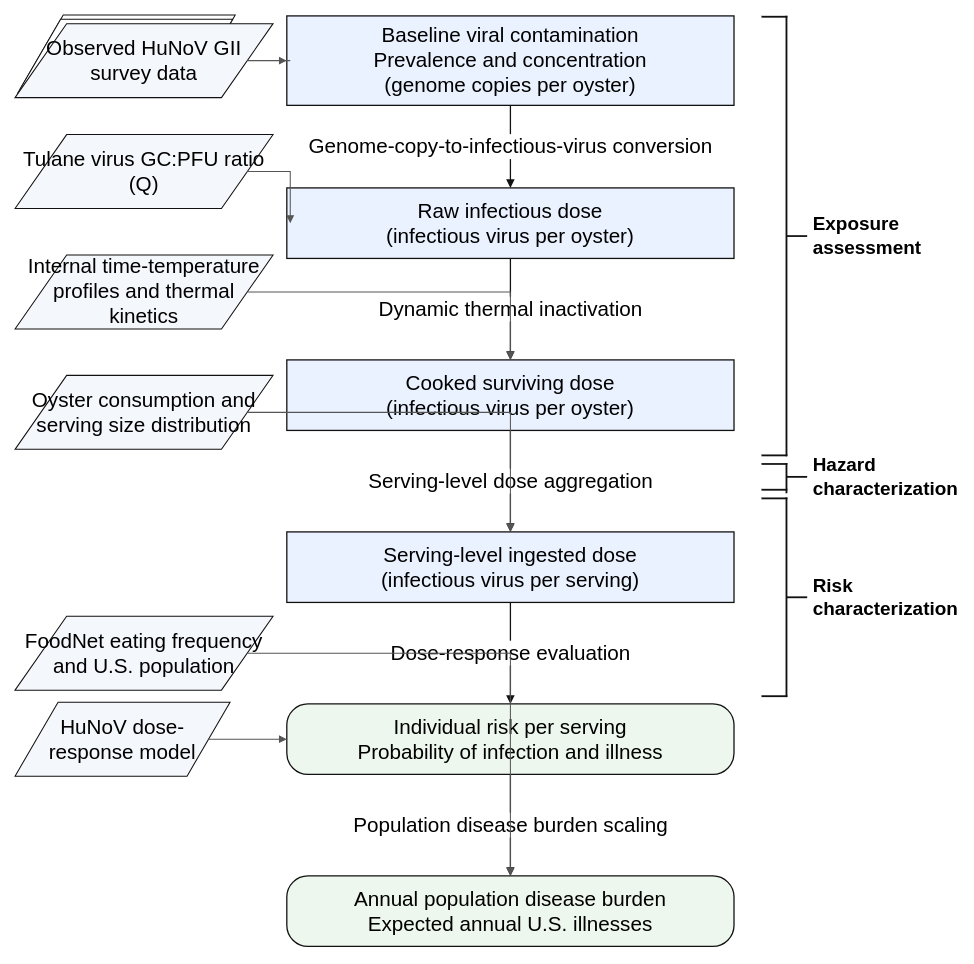
This is figures/figure1_oyster_qmra_workflow.drawio from Weifanwu66/oyster-norovirus-qmra, a draw.io file, before an edit. Source tidied: cells renumbered, new cells numbered last; positions are measured from the earlier drawing's top-left corner, leaving out a move shared by most shapes. Both pictures are drawn from the tidied source at 86%, with x=0, y=0 at pixel (15, 15).
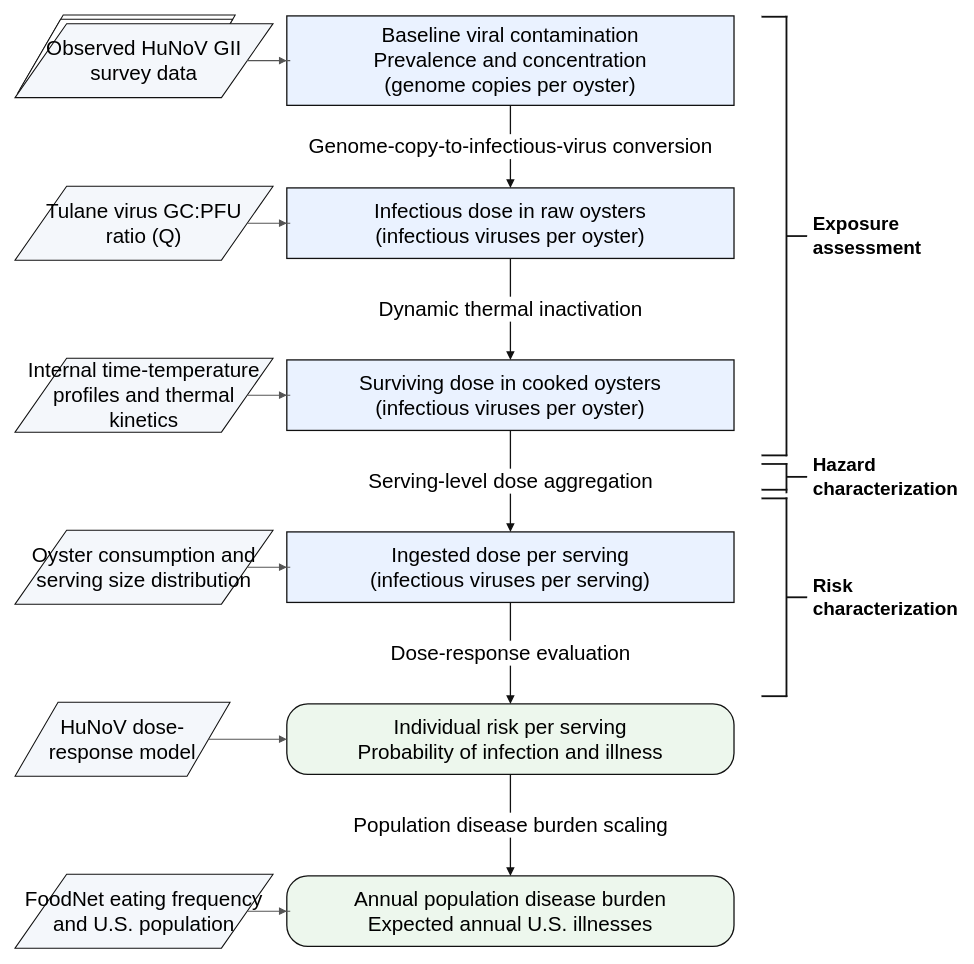
The same diagram, later.

Commit message (it also covers changes not shown here):
Refine Figure 1 layout

Diff of the diagram source:
```diff
@@
-    <mxCell id="3" value="Raw infectious dose&#10;(infectious virus per oyster)" style="rounded=0;whiteSpace=wrap;html=1;align=center;verticalAlign=middle;fontFamily=Arial;fontSize=24;fillColor=#EAF2FF;strokeColor=#111111;strokeWidth=1.5;spacing=8;" parent="1" vertex="1">
+    <mxCell id="3" value="Infectious dose in raw oysters&#10;(infectious viruses per oyster)" style="rounded=0;whiteSpace=wrap;html=1;align=center;verticalAlign=middle;fontFamily=Arial;fontSize=24;fillColor=#EAF2FF;strokeColor=#111111;strokeWidth=1.5;spacing=8;" parent="1" vertex="1">
       <mxGeometry x="316" y="201" width="520" height="82" as="geometry" />
     </mxCell>
-    <mxCell id="4" value="Cooked surviving dose&#10;(infectious virus per oyster)" style="rounded=0;whiteSpace=wrap;html=1;align=center;verticalAlign=middle;fontFamily=Arial;fontSize=24;fillColor=#EAF2FF;strokeColor=#111111;strokeWidth=1.5;spacing=8;" parent="1" vertex="1">
+    <mxCell id="4" value="Surviving dose in cooked oysters&#10;(infectious viruses per oyster)" style="rounded=0;whiteSpace=wrap;html=1;align=center;verticalAlign=middle;fontFamily=Arial;fontSize=24;fillColor=#EAF2FF;strokeColor=#111111;strokeWidth=1.5;spacing=8;" parent="1" vertex="1">
       <mxGeometry x="316" y="401" width="520" height="82" as="geometry" />
     </mxCell>
-    <mxCell id="5" value="Serving-level ingested dose&#10;(infectious virus per serving)" style="rounded=0;whiteSpace=wrap;html=1;align=center;verticalAlign=middle;fontFamily=Arial;fontSize=24;fillColor=#EAF2FF;strokeColor=#111111;strokeWidth=1.5;spacing=8;" parent="1" vertex="1">
+    <mxCell id="5" value="Ingested dose per serving&#10;(infectious viruses per serving)" style="rounded=0;whiteSpace=wrap;html=1;align=center;verticalAlign=middle;fontFamily=Arial;fontSize=24;fillColor=#EAF2FF;strokeColor=#111111;strokeWidth=1.5;spacing=8;" parent="1" vertex="1">
       <mxGeometry x="316" y="601" width="520" height="82" as="geometry" />
     </mxCell>
@@
-    <mxCell id="11" value="Tulane virus GC:PFU ratio (Q)" style="shape=parallelogram;perimeter=parallelogramPerimeter;whiteSpace=wrap;html=1;align=center;verticalAlign=middle;fontFamily=Arial;fontSize=24;fillColor=#F4F7FB;strokeColor=#111111;strokeWidth=1.2;spacing=7;" parent="1" vertex="1">
-      <mxGeometry y="139" width="300" height="86" as="geometry" />
+    <mxCell id="11" value="Tulane virus GC:PFU&#10;ratio (Q)" style="shape=parallelogram;perimeter=parallelogramPerimeter;whiteSpace=wrap;html=1;align=center;verticalAlign=middle;fontFamily=Arial;fontSize=24;fillColor=#F4F7FB;strokeColor=#111111;strokeWidth=1.2;spacing=7;" parent="1" vertex="1">
+      <mxGeometry y="199" width="300" height="86" as="geometry" />
     </mxCell>
     <mxCell id="12" value="Internal time-temperature&#10;profiles and thermal kinetics" style="shape=parallelogram;perimeter=parallelogramPerimeter;whiteSpace=wrap;html=1;align=center;verticalAlign=middle;fontFamily=Arial;fontSize=24;fillColor=#F4F7FB;strokeColor=#111111;strokeWidth=1.2;spacing=7;" parent="1" vertex="1">
-      <mxGeometry y="279" width="300" height="86" as="geometry" />
+      <mxGeometry y="399" width="300" height="86" as="geometry" />
     </mxCell>
     <mxCell id="13" value="Oyster consumption and&#10;serving size distribution" style="shape=parallelogram;perimeter=parallelogramPerimeter;whiteSpace=wrap;html=1;align=center;verticalAlign=middle;fontFamily=Arial;fontSize=24;fillColor=#F4F7FB;strokeColor=#111111;strokeWidth=1.2;spacing=7;" parent="1" vertex="1">
-      <mxGeometry y="419" width="300" height="86" as="geometry" />
+      <mxGeometry y="599" width="300" height="86" as="geometry" />
     </mxCell>
@@
     <mxCell id="15" value="FoodNet eating frequency&#10;and U.S. population" style="shape=parallelogram;perimeter=parallelogramPerimeter;whiteSpace=wrap;html=1;align=center;verticalAlign=middle;fontFamily=Arial;fontSize=24;fillColor=#F4F7FB;strokeColor=#111111;strokeWidth=1.2;spacing=7;" parent="1" vertex="1">
-      <mxGeometry y="699" width="300" height="86" as="geometry" />
+      <mxGeometry y="999" width="300" height="86" as="geometry" />
     </mxCell>
```
